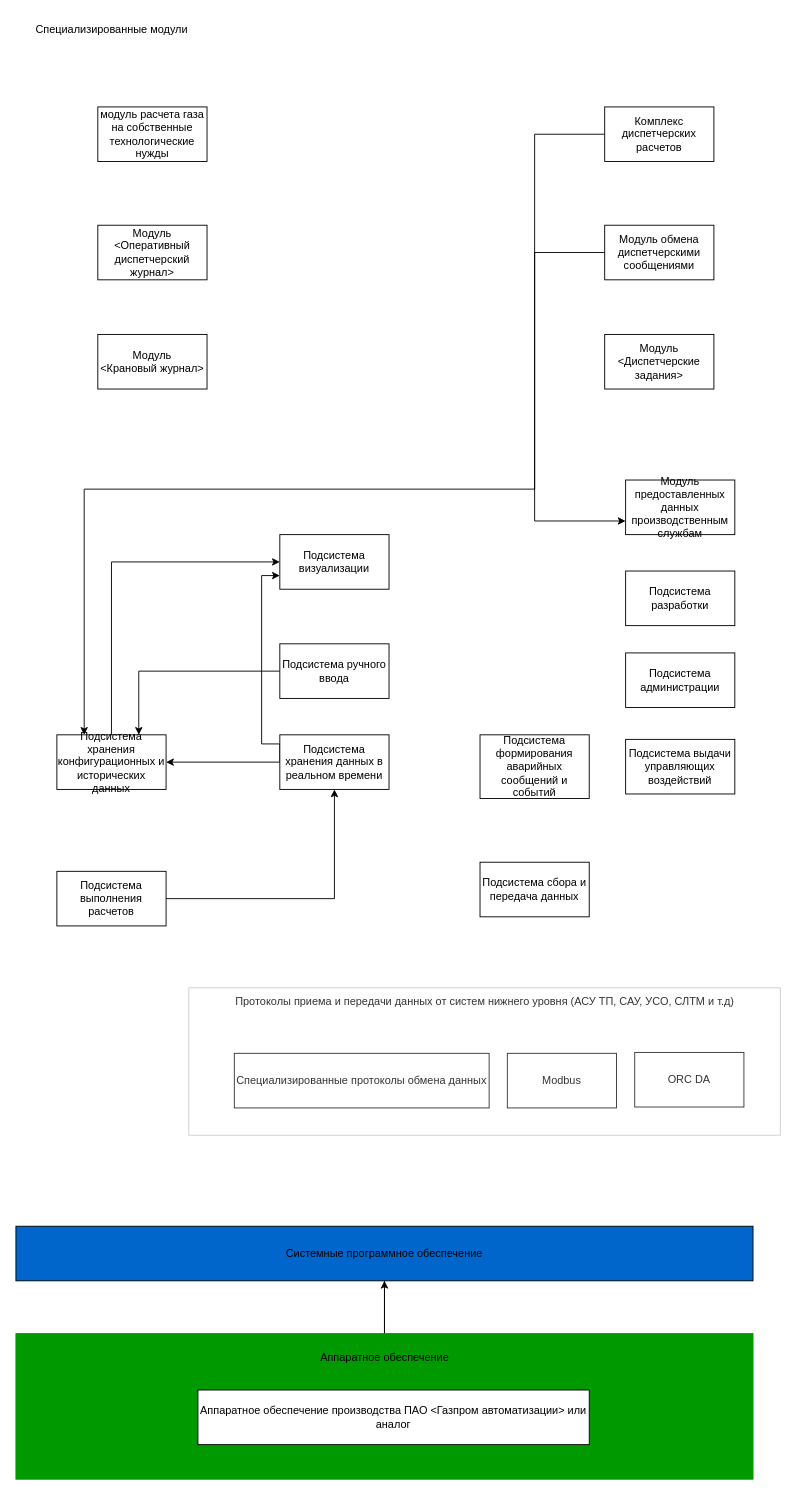
This is газпром птк-ДУ.drawio from Scaimpi/hexlet-git., a draw.io file, before an edit. Source tidied: cells renumbered, new cells numbered last; positions are measured from the earlier drawing's top-left corner, leaving out a move shared by most shapes. Both pictures are drawn from the tidied source at 91%, with x=0, y=0 at pixel (15, 15).
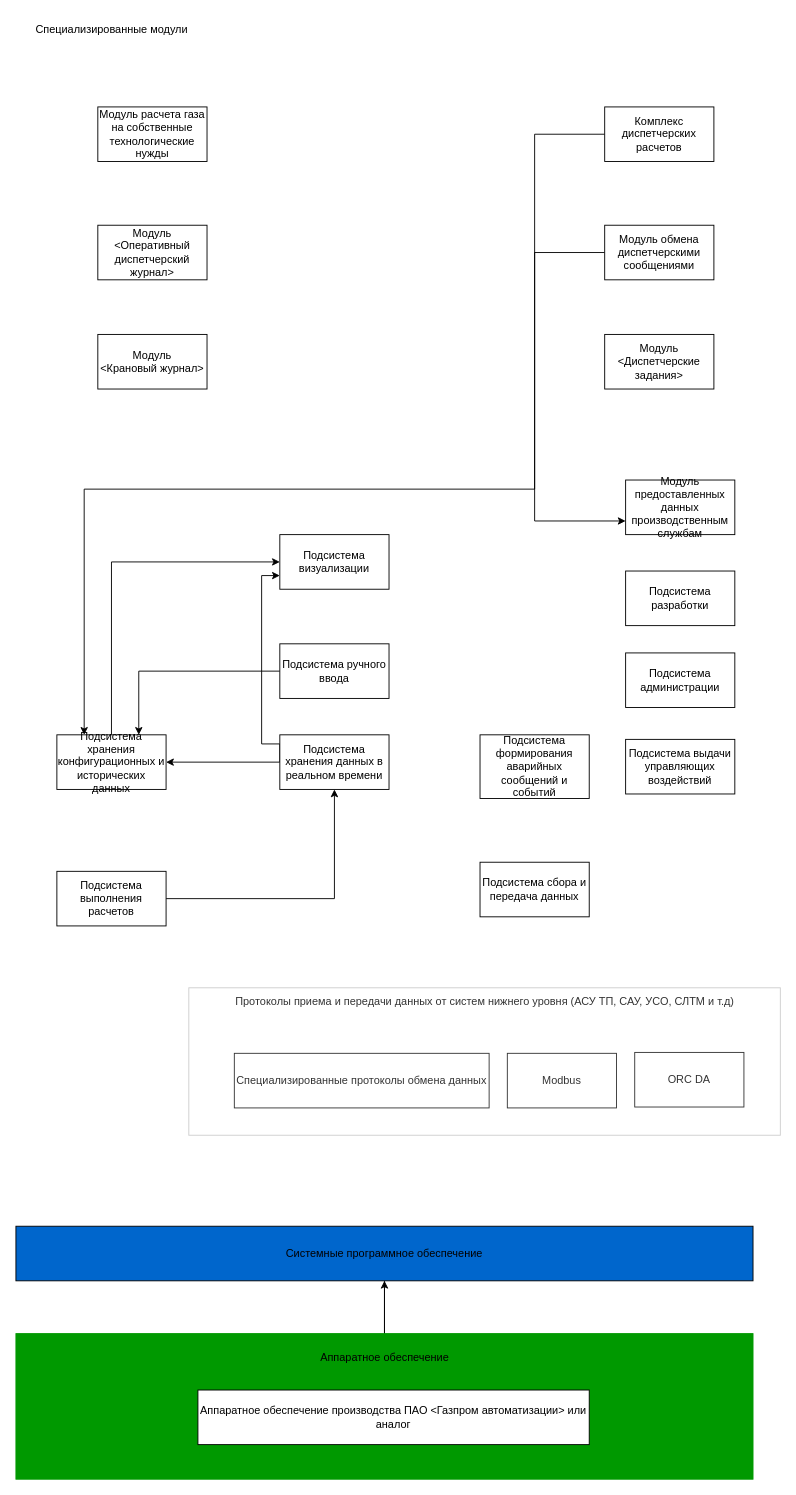
The same page after the edit.

What changed in the source:
```diff
@@
-    <mxCell id="2" value="модуль расчета газа на собственные технологические нужды" style="rounded=0;whiteSpace=wrap;html=1;" parent="1" vertex="1">
+    <mxCell id="2" value="Модуль расчета газа на собственные технологические нужды" style="rounded=0;whiteSpace=wrap;html=1;" parent="1" vertex="1">
       <mxGeometry x="90" y="100" width="120" height="60" as="geometry" />
     </mxCell>
```
